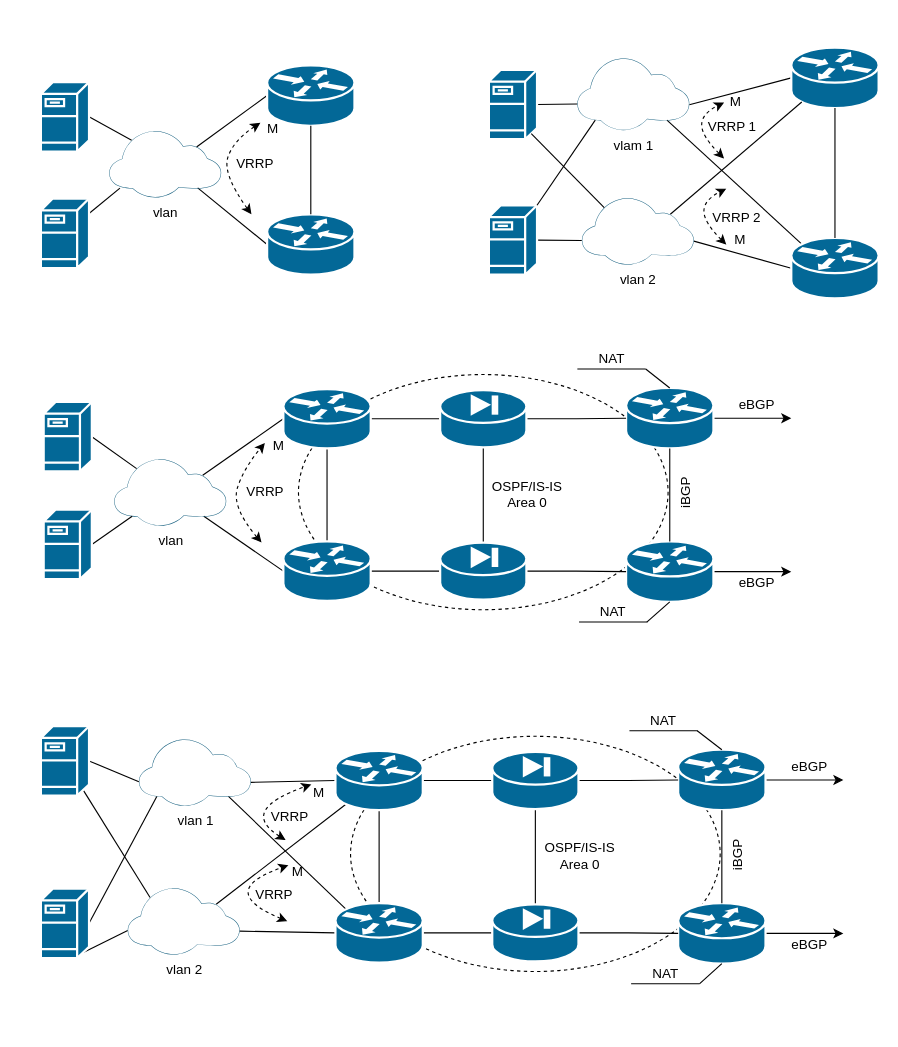
The draw.io diagram page "L3" (2 of 2) of Diagram/small_nets.drawio in thleontev/Networks, before the edit. Source tidied: cells renumbered, new cells numbered last; positions are measured from the earlier drawing's top-left corner, leaving out a move shared by most shapes. Both pictures are drawn from the tidied source at 112%, with x=0, y=0 at pixel (40, 47).
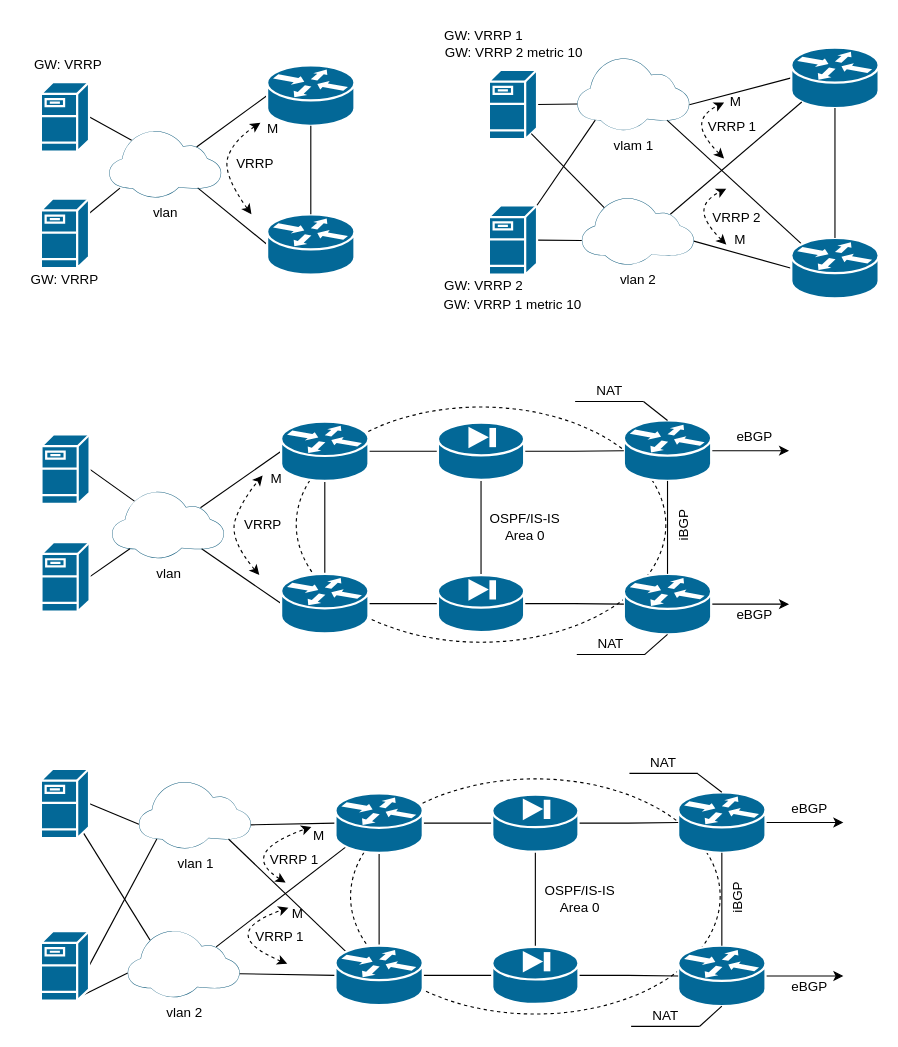
The same diagram, later.

What changed in the source:
```diff
@@
     <mxCell id="2" style="ellipse;whiteSpace=wrap;html=1;dashed=1;" parent="1" vertex="1">
-      <mxGeometry x="230" y="291.9" width="330" height="210" as="geometry" />
+      <mxGeometry x="228" y="320.9" width="330" height="210" as="geometry" />
     </mxCell>
@@
     <mxCell id="34" style="edgeStyle=orthogonalEdgeStyle;rounded=0;jettySize=auto;html=1;exitX=1;exitY=0.5;exitDx=0;exitDy=0;exitPerimeter=0;" parent="1" edge="1" source="35">
       <mxGeometry relative="1" as="geometry">
-        <mxPoint x="670" y="330.9" as="targetPoint" />
+        <mxPoint x="668" y="359.9" as="targetPoint" />
       </mxGeometry>
     </mxCell>
     <mxCell id="35" style="shape=mxgraph.cisco.routers.router;sketch=0;html=1;dashed=0;fillColor=#036897;strokeColor=#ffffff;strokeWidth=2;verticalLabelPosition=bottom;verticalAlign=top;align=center;outlineConnect=0;" parent="1" vertex="1">
-      <mxGeometry x="522.5" y="303.9" width="78" height="54" as="geometry" />
+      <mxGeometry x="520.5" y="332.9" width="78" height="54" as="geometry" />
     </mxCell>
     <mxCell id="36" style="edgeStyle=orthogonalEdgeStyle;rounded=0;jettySize=auto;html=1;exitX=1;exitY=0.5;exitDx=0;exitDy=0;exitPerimeter=0;" parent="1" edge="1" source="37">
       <mxGeometry relative="1" as="geometry">
-        <mxPoint x="670" y="467.9" as="targetPoint" />
+        <mxPoint x="668" y="496.9" as="targetPoint" />
       </mxGeometry>
     </mxCell>
     <mxCell id="37" style="shape=mxgraph.cisco.routers.router;sketch=0;html=1;dashed=0;fillColor=#036897;strokeColor=#ffffff;strokeWidth=2;verticalLabelPosition=bottom;verticalAlign=top;align=center;outlineConnect=0;" parent="1" vertex="1">
-      <mxGeometry x="522.5" y="440.9" width="78" height="54" as="geometry" />
+      <mxGeometry x="520.5" y="469.9" width="78" height="54" as="geometry" />
     </mxCell>
@@
     <mxCell id="42" style="shape=mxgraph.cisco.security.pix_firewall;sketch=0;html=1;dashed=0;fillColor=#036897;strokeColor=#ffffff;strokeWidth=2;verticalLabelPosition=bottom;verticalAlign=top;align=center;outlineConnect=0;" parent="1" vertex="1">
-      <mxGeometry x="356.5" y="305.9" width="77" height="51" as="geometry" />
+      <mxGeometry x="354.5" y="334.9" width="77" height="51" as="geometry" />
     </mxCell>
@@
     <mxCell id="45" style="shape=mxgraph.cisco.security.pix_firewall;sketch=0;html=1;dashed=0;fillColor=#036897;strokeColor=#ffffff;strokeWidth=2;verticalLabelPosition=bottom;verticalAlign=top;align=center;outlineConnect=0;" parent="1" vertex="1">
-      <mxGeometry x="356.5" y="441.9" width="77" height="51" as="geometry" />
+      <mxGeometry x="354.5" y="470.9" width="77" height="51" as="geometry" />
     </mxCell>
@@
     <mxCell id="48" value="vlan" style="points=[[0,0.64,0],[0.2,0.15,0],[0.4,0.01,0],[0.79,0.25,0],[1,0.65,0],[0.8,0.86,0],[0.41,1,0],[0.16,0.86,0]];verticalLabelPosition=bottom;sketch=0;html=1;verticalAlign=top;align=center;shape=mxgraph.cisco19.cloud;fillColor=#186180;strokeColor=none;" parent="1" vertex="1">
-      <mxGeometry x="65.5" y="366.9" width="100" height="60" as="geometry" />
+      <mxGeometry x="63.5" y="395.9" width="100" height="60" as="geometry" />
     </mxCell>
@@
     <mxCell id="50" style="shape=mxgraph.cisco.routers.router;sketch=0;html=1;dashed=0;fillColor=#036897;strokeColor=#ffffff;strokeWidth=2;verticalLabelPosition=bottom;verticalAlign=top;align=center;outlineConnect=0;" parent="1" vertex="1">
-      <mxGeometry x="216.5" y="304.9" width="78" height="53" as="geometry" />
+      <mxGeometry x="214.5" y="333.9" width="78" height="53" as="geometry" />
     </mxCell>
@@
     <mxCell id="52" style="shape=mxgraph.cisco.servers.fileserver;sketch=0;html=1;dashed=0;fillColor=#036897;strokeColor=#ffffff;strokeWidth=2;verticalLabelPosition=bottom;verticalAlign=top;align=center;outlineConnect=0;" parent="1" vertex="1">
-      <mxGeometry x="2.5" y="316.4" width="43" height="62" as="geometry" />
+      <mxGeometry x="0.5" y="345.4" width="43" height="62" as="geometry" />
     </mxCell>
@@
     <mxCell id="54" style="shape=mxgraph.cisco.servers.fileserver;sketch=0;html=1;dashed=0;fillColor=#036897;strokeColor=#ffffff;strokeWidth=2;verticalLabelPosition=bottom;verticalAlign=top;align=center;outlineConnect=0;" parent="1" vertex="1">
-      <mxGeometry x="2.5" y="412.6" width="43" height="62" as="geometry" />
+      <mxGeometry x="0.5" y="441.6" width="43" height="62" as="geometry" />
     </mxCell>
@@
     <mxCell id="56" value="vlan 1" style="points=[[0,0.64,0],[0.2,0.15,0],[0.4,0.01,0],[0.79,0.25,0],[1,0.65,0],[0.8,0.86,0],[0.41,1,0],[0.16,0.86,0]];verticalLabelPosition=bottom;sketch=0;html=1;verticalAlign=top;align=center;shape=mxgraph.cisco19.cloud;fillColor=#186180;strokeColor=none;" parent="1" vertex="1">
-      <mxGeometry x="87.5" y="617" width="100" height="60" as="geometry" />
+      <mxGeometry x="87.5" y="655" width="100" height="60" as="geometry" />
     </mxCell>
@@
     <mxCell id="59" style="shape=mxgraph.cisco.servers.fileserver;sketch=0;html=1;dashed=0;fillColor=#036897;strokeColor=#ffffff;strokeWidth=2;verticalLabelPosition=bottom;verticalAlign=top;align=center;outlineConnect=0;" parent="1" vertex="1">
-      <mxGeometry y="605.9" width="43" height="62" as="geometry" />
+      <mxGeometry y="643.9" width="43" height="62" as="geometry" />
     </mxCell>
@@
     <mxCell id="62" style="shape=mxgraph.cisco.servers.fileserver;sketch=0;html=1;dashed=0;fillColor=#036897;strokeColor=#ffffff;strokeWidth=2;verticalLabelPosition=bottom;verticalAlign=top;align=center;outlineConnect=0;" parent="1" vertex="1">
-      <mxGeometry y="750.9" width="43" height="62" as="geometry" />
+      <mxGeometry y="788.9" width="43" height="62" as="geometry" />
     </mxCell>
@@
     <mxCell id="64" value="vlan 2" style="points=[[0,0.64,0],[0.2,0.15,0],[0.4,0.01,0],[0.79,0.25,0],[1,0.65,0],[0.8,0.86,0],[0.41,1,0],[0.16,0.86,0]];verticalLabelPosition=bottom;sketch=0;html=1;verticalAlign=top;align=center;shape=mxgraph.cisco19.cloud;fillColor=#186180;strokeColor=none;" parent="1" vertex="1">
-      <mxGeometry x="77.5" y="749.9" width="100" height="60" as="geometry" />
+      <mxGeometry x="77.5" y="787.9" width="100" height="60" as="geometry" />
     </mxCell>
@@
     <mxCell id="67" value="eBGP" style="text;html=1;align=center;verticalAlign=middle;strokeColor=none;fillColor=none;" parent="1" vertex="1">
-      <mxGeometry x="609" y="303.9" width="60" height="30" as="geometry" />
+      <mxGeometry x="607" y="332.9" width="60" height="30" as="geometry" />
     </mxCell>
     <mxCell id="68" value="eBGP" style="text;html=1;align=center;verticalAlign=middle;strokeColor=none;fillColor=none;" parent="1" vertex="1">
-      <mxGeometry x="609" y="462.9" width="60" height="30" as="geometry" />
+      <mxGeometry x="607" y="491.9" width="60" height="30" as="geometry" />
     </mxCell>
     <mxCell id="69" value="iBGP" style="text;html=1;align=center;verticalAlign=middle;strokeColor=none;fillColor=none;rotation=-90;" parent="1" vertex="1">
-      <mxGeometry x="550.5" y="383.5" width="50" height="30" as="geometry" />
+      <mxGeometry x="548.5" y="412.5" width="50" height="30" as="geometry" />
     </mxCell>
     <mxCell id="70" style="shape=mxgraph.cisco.routers.router;sketch=0;html=1;dashed=0;fillColor=#036897;strokeColor=#ffffff;strokeWidth=2;verticalLabelPosition=bottom;verticalAlign=top;align=center;outlineConnect=0;" parent="1" vertex="1">
-      <mxGeometry x="216.5" y="440.9" width="78" height="53" as="geometry" />
+      <mxGeometry x="214.5" y="469.9" width="78" height="53" as="geometry" />
     </mxCell>
     <mxCell id="71" value="&lt;div&gt;OSPF/IS-IS&lt;/div&gt;&lt;div&gt;Area 0&lt;br&gt;&lt;/div&gt;" style="text;html=1;align=center;verticalAlign=middle;strokeColor=none;fillColor=none;" parent="1" vertex="1">
-      <mxGeometry x="389" y="378.5" width="90" height="40" as="geometry" />
+      <mxGeometry x="387" y="407.5" width="90" height="40" as="geometry" />
     </mxCell>
     <mxCell id="72" style="curved=1;endArrow=classic;html=1;rounded=0;startArrow=classic;startFill=1;dashed=1;" parent="1" edge="1">
       <mxGeometry relative="1" as="geometry">
-        <mxPoint x="197" y="441.9" as="sourcePoint" />
-        <mxPoint x="200" y="353" as="targetPoint" />
+        <mxPoint x="195" y="470.9" as="sourcePoint" />
+        <mxPoint x="198" y="382" as="targetPoint" />
         <Array as="points">
-          <mxPoint x="170" y="410" />
-          <mxPoint x="181" y="375.9" />
+          <mxPoint x="168" y="439" />
+          <mxPoint x="179" y="404.9" />
         </Array>
       </mxGeometry>
     </mxCell>
     <mxCell id="73" value="VRRP" style="text;html=1;align=center;verticalAlign=middle;strokeColor=none;fillColor=none;" parent="1" vertex="1">
-      <mxGeometry x="170" y="381.9" width="60" height="30" as="geometry" />
+      <mxGeometry x="168" y="410.9" width="60" height="30" as="geometry" />
     </mxCell>
     <mxCell id="74" value="NAT" style="whiteSpace=wrap;html=1;shape=partialRectangle;top=0;left=0;bottom=1;right=0;points=[[0,1],[1,1]];fillColor=none;align=center;verticalAlign=bottom;routingCenterY=0.5;snapToPoint=1;newEdgeStyle={&quot;edgeStyle&quot;:&quot;entityRelationEdgeStyle&quot;,&quot;startArrow&quot;:&quot;none&quot;,&quot;endArrow&quot;:&quot;none&quot;,&quot;segment&quot;:10,&quot;curved&quot;:1,&quot;sourcePerimeterSpacing&quot;:0,&quot;targetPerimeterSpacing&quot;:0};" parent="1" vertex="1">
-      <mxGeometry x="479.5" y="257" width="60" height="30" as="geometry" />
+      <mxGeometry x="477.5" y="286" width="60" height="30" as="geometry" />
     </mxCell>
@@
     <mxCell id="76" value="NAT" style="whiteSpace=wrap;html=1;shape=partialRectangle;top=0;left=0;bottom=1;right=0;points=[[0,1],[1,1]];fillColor=none;align=center;verticalAlign=bottom;routingCenterY=0.5;snapToPoint=1;newEdgeStyle={&quot;edgeStyle&quot;:&quot;entityRelationEdgeStyle&quot;,&quot;startArrow&quot;:&quot;none&quot;,&quot;endArrow&quot;:&quot;none&quot;,&quot;segment&quot;:10,&quot;curved&quot;:1,&quot;sourcePerimeterSpacing&quot;:0,&quot;targetPerimeterSpacing&quot;:0};" parent="1" vertex="1">
-      <mxGeometry x="481" y="482.9" width="60" height="30" as="geometry" />
+      <mxGeometry x="479" y="511.9" width="60" height="30" as="geometry" />
     </mxCell>
@@
     <mxCell id="78" style="ellipse;whiteSpace=wrap;html=1;dashed=1;" parent="1" vertex="1">
-      <mxGeometry x="276.5" y="614.9" width="330" height="210" as="geometry" />
+      <mxGeometry x="276.5" y="652.9" width="330" height="210" as="geometry" />
     </mxCell>
     <mxCell id="79" style="edgeStyle=orthogonalEdgeStyle;rounded=0;jettySize=auto;html=1;exitX=1;exitY=0.5;exitDx=0;exitDy=0;exitPerimeter=0;" parent="1" edge="1" source="80">
       <mxGeometry relative="1" as="geometry">
-        <mxPoint x="716.5" y="653.9" as="targetPoint" />
+        <mxPoint x="716.5" y="691.9" as="targetPoint" />
       </mxGeometry>
     </mxCell>
     <mxCell id="80" style="shape=mxgraph.cisco.routers.router;sketch=0;html=1;dashed=0;fillColor=#036897;strokeColor=#ffffff;strokeWidth=2;verticalLabelPosition=bottom;verticalAlign=top;align=center;outlineConnect=0;" parent="1" vertex="1">
-      <mxGeometry x="569" y="626.9" width="78" height="54" as="geometry" />
+      <mxGeometry x="569" y="664.9" width="78" height="54" as="geometry" />
     </mxCell>
     <mxCell id="81" style="edgeStyle=orthogonalEdgeStyle;rounded=0;jettySize=auto;html=1;exitX=1;exitY=0.5;exitDx=0;exitDy=0;exitPerimeter=0;" parent="1" edge="1" source="82">
       <mxGeometry relative="1" as="geometry">
-        <mxPoint x="716.5" y="790.9" as="targetPoint" />
+        <mxPoint x="716.5" y="828.9" as="targetPoint" />
       </mxGeometry>
     </mxCell>
     <mxCell id="82" style="shape=mxgraph.cisco.routers.router;sketch=0;html=1;dashed=0;fillColor=#036897;strokeColor=#ffffff;strokeWidth=2;verticalLabelPosition=bottom;verticalAlign=top;align=center;outlineConnect=0;" parent="1" vertex="1">
-      <mxGeometry x="569" y="763.9" width="78" height="54" as="geometry" />
+      <mxGeometry x="569" y="801.9" width="78" height="54" as="geometry" />
     </mxCell>
@@
     <mxCell id="87" style="shape=mxgraph.cisco.security.pix_firewall;sketch=0;html=1;dashed=0;fillColor=#036897;strokeColor=#ffffff;strokeWidth=2;verticalLabelPosition=bottom;verticalAlign=top;align=center;outlineConnect=0;" parent="1" vertex="1">
-      <mxGeometry x="403" y="628.9" width="77" height="51" as="geometry" />
+      <mxGeometry x="403" y="666.9" width="77" height="51" as="geometry" />
     </mxCell>
@@
     <mxCell id="90" style="shape=mxgraph.cisco.security.pix_firewall;sketch=0;html=1;dashed=0;fillColor=#036897;strokeColor=#ffffff;strokeWidth=2;verticalLabelPosition=bottom;verticalAlign=top;align=center;outlineConnect=0;" parent="1" vertex="1">
-      <mxGeometry x="403" y="764.9" width="77" height="51" as="geometry" />
+      <mxGeometry x="403" y="802.9" width="77" height="51" as="geometry" />
     </mxCell>
@@
     <mxCell id="94" style="shape=mxgraph.cisco.routers.router;sketch=0;html=1;dashed=0;fillColor=#036897;strokeColor=#ffffff;strokeWidth=2;verticalLabelPosition=bottom;verticalAlign=top;align=center;outlineConnect=0;" parent="1" vertex="1">
-      <mxGeometry x="263" y="627.9" width="78" height="53" as="geometry" />
+      <mxGeometry x="263" y="665.9" width="78" height="53" as="geometry" />
     </mxCell>
     <mxCell id="95" value="eBGP" style="text;html=1;align=center;verticalAlign=middle;strokeColor=none;fillColor=none;" parent="1" vertex="1">
-      <mxGeometry x="655.5" y="626.9" width="60" height="30" as="geometry" />
+      <mxGeometry x="655.5" y="664.9" width="60" height="30" as="geometry" />
     </mxCell>
     <mxCell id="96" value="eBGP" style="text;html=1;align=center;verticalAlign=middle;strokeColor=none;fillColor=none;" parent="1" vertex="1">
-      <mxGeometry x="655.5" y="785.9" width="60" height="30" as="geometry" />
+      <mxGeometry x="655.5" y="823.9" width="60" height="30" as="geometry" />
     </mxCell>
     <mxCell id="97" value="iBGP" style="text;html=1;align=center;verticalAlign=middle;strokeColor=none;fillColor=none;rotation=-90;" parent="1" vertex="1">
-      <mxGeometry x="597" y="706.5" width="50" height="30" as="geometry" />
+      <mxGeometry x="597" y="744.5" width="50" height="30" as="geometry" />
     </mxCell>
     <mxCell id="98" style="shape=mxgraph.cisco.routers.router;sketch=0;html=1;dashed=0;fillColor=#036897;strokeColor=#ffffff;strokeWidth=2;verticalLabelPosition=bottom;verticalAlign=top;align=center;outlineConnect=0;" parent="1" vertex="1">
-      <mxGeometry x="263" y="763.9" width="78" height="53" as="geometry" />
+      <mxGeometry x="263" y="801.9" width="78" height="53" as="geometry" />
     </mxCell>
     <mxCell id="99" value="&lt;div&gt;OSPF/IS-IS&lt;/div&gt;&lt;div&gt;Area 0&lt;br&gt;&lt;/div&gt;" style="text;html=1;align=center;verticalAlign=middle;strokeColor=none;fillColor=none;" parent="1" vertex="1">
-      <mxGeometry x="435.5" y="701.5" width="90" height="40" as="geometry" />
+      <mxGeometry x="435.5" y="739.5" width="90" height="40" as="geometry" />
     </mxCell>
     <mxCell id="100" style="curved=1;endArrow=classic;html=1;rounded=0;startArrow=classic;startFill=1;dashed=1;" parent="1" edge="1">
       <mxGeometry relative="1" as="geometry">
-        <mxPoint x="218.5" y="707.5" as="sourcePoint" />
-        <mxPoint x="241.5" y="657.9" as="targetPoint" />
+        <mxPoint x="218.5" y="745.5" as="sourcePoint" />
+        <mxPoint x="241.5" y="695.9" as="targetPoint" />
         <Array as="points">
-          <mxPoint x="176" y="681" />
+          <mxPoint x="176" y="719" />
         </Array>
       </mxGeometry>
     </mxCell>
     <mxCell id="101" value="NAT" style="whiteSpace=wrap;html=1;shape=partialRectangle;top=0;left=0;bottom=1;right=0;points=[[0,1],[1,1]];fillColor=none;align=center;verticalAlign=bottom;routingCenterY=0.5;snapToPoint=1;newEdgeStyle={&quot;edgeStyle&quot;:&quot;entityRelationEdgeStyle&quot;,&quot;startArrow&quot;:&quot;none&quot;,&quot;endArrow&quot;:&quot;none&quot;,&quot;segment&quot;:10,&quot;curved&quot;:1,&quot;sourcePerimeterSpacing&quot;:0,&quot;targetPerimeterSpacing&quot;:0};" parent="1" vertex="1">
-      <mxGeometry x="526" y="580" width="60" height="30" as="geometry" />
+      <mxGeometry x="526" y="618" width="60" height="30" as="geometry" />
     </mxCell>
@@
     <mxCell id="103" value="NAT" style="whiteSpace=wrap;html=1;shape=partialRectangle;top=0;left=0;bottom=1;right=0;points=[[0,1],[1,1]];fillColor=none;align=center;verticalAlign=bottom;routingCenterY=0.5;snapToPoint=1;newEdgeStyle={&quot;edgeStyle&quot;:&quot;entityRelationEdgeStyle&quot;,&quot;startArrow&quot;:&quot;none&quot;,&quot;endArrow&quot;:&quot;none&quot;,&quot;segment&quot;:10,&quot;curved&quot;:1,&quot;sourcePerimeterSpacing&quot;:0,&quot;targetPerimeterSpacing&quot;:0};" parent="1" vertex="1">
-      <mxGeometry x="527.5" y="805.9" width="60" height="30" as="geometry" />
+      <mxGeometry x="527.5" y="843.9" width="60" height="30" as="geometry" />
     </mxCell>
@@
     <mxCell id="105" style="curved=1;endArrow=classic;html=1;rounded=0;startArrow=classic;startFill=1;dashed=1;" parent="1" edge="1">
       <mxGeometry relative="1" as="geometry">
-        <mxPoint x="220" y="780" as="sourcePoint" />
-        <mxPoint x="221" y="730" as="targetPoint" />
+        <mxPoint x="220" y="818" as="sourcePoint" />
+        <mxPoint x="221" y="768" as="targetPoint" />
         <Array as="points">
-          <mxPoint x="155.5" y="753.1" />
+          <mxPoint x="155.5" y="791.1" />
         </Array>
       </mxGeometry>
     </mxCell>
-    <mxCell id="106" value="VRRP" style="text;html=1;align=center;verticalAlign=middle;strokeColor=none;fillColor=none;" parent="1" vertex="1">
-      <mxGeometry x="192" y="671.5" width="60" height="30" as="geometry" />
+    <mxCell id="106" value="VRRP 1" style="text;html=1;align=center;verticalAlign=middle;strokeColor=none;fillColor=none;" parent="1" vertex="1">
+      <mxGeometry x="191" y="709.5" width="70" height="30" as="geometry" />
     </mxCell>
@@
     <mxCell id="108" value="M" style="text;html=1;align=center;verticalAlign=middle;strokeColor=none;fillColor=none;" parent="1" vertex="1">
-      <mxGeometry x="197" y="340.9" width="30" height="30" as="geometry" />
+      <mxGeometry x="195" y="369.9" width="30" height="30" as="geometry" />
     </mxCell>
     <mxCell id="109" value="M" style="text;html=1;align=center;verticalAlign=middle;strokeColor=none;fillColor=none;" parent="1" vertex="1">
-      <mxGeometry x="233" y="650.9" width="30" height="30" as="geometry" />
+      <mxGeometry x="233" y="688.9" width="30" height="30" as="geometry" />
     </mxCell>
     <mxCell id="110" value="M" style="text;html=1;align=center;verticalAlign=middle;strokeColor=none;fillColor=none;" parent="1" vertex="1">
-      <mxGeometry x="213.5" y="720.9" width="30" height="30" as="geometry" />
+      <mxGeometry x="213.5" y="758.9" width="30" height="30" as="geometry" />
     </mxCell>
-    <mxCell id="111" value="VRRP" style="text;html=1;align=center;verticalAlign=middle;strokeColor=none;fillColor=none;" parent="1" vertex="1">
-      <mxGeometry x="177.5" y="741.5" width="60" height="30" as="geometry" />
+    <mxCell id="111" value="VRRP 1" style="text;html=1;align=center;verticalAlign=middle;strokeColor=none;fillColor=none;" parent="1" vertex="1">
+      <mxGeometry x="177.5" y="778.5" width="70" height="30" as="geometry" />
     </mxCell>
+    <mxCell id="112" value="GW: VRRP" style="text;html=1;align=center;verticalAlign=middle;strokeColor=none;fillColor=none;" parent="1" vertex="1">
+      <mxGeometry x="-16" y="0.8" width="80" height="30" as="geometry" />
+    </mxCell>
+    <mxCell id="113" value="GW: VRRP" style="text;html=1;align=center;verticalAlign=middle;strokeColor=none;fillColor=none;" parent="1" vertex="1">
+      <mxGeometry x="-19" y="192.8" width="80" height="30" as="geometry" />
+    </mxCell>
+    <mxCell id="114" value="GW: VRRP 1" style="text;html=1;align=center;verticalAlign=middle;strokeColor=none;fillColor=none;" parent="1" vertex="1">
+      <mxGeometry x="350" y="-25.2" width="90" height="30" as="geometry" />
+    </mxCell>
+    <mxCell id="115" value="GW: VRRP 2 metric 10" style="text;html=1;align=center;verticalAlign=middle;strokeColor=none;fillColor=none;" parent="1" vertex="1">
+      <mxGeometry x="346.5" y="-10.2" width="150" height="30" as="geometry" />
+    </mxCell>
+    <mxCell id="116" value="GW: VRRP 1 metric 10" style="text;html=1;align=center;verticalAlign=middle;strokeColor=none;fillColor=none;" parent="1" vertex="1">
+      <mxGeometry x="345.5" y="215" width="150" height="30" as="geometry" />
+    </mxCell>
+    <mxCell id="117" value="GW: VRRP 2" style="text;html=1;align=center;verticalAlign=middle;strokeColor=none;fillColor=none;" parent="1" vertex="1">
+      <mxGeometry x="350" y="197.8" width="90" height="30" as="geometry" />
+    </mxCell>
```
